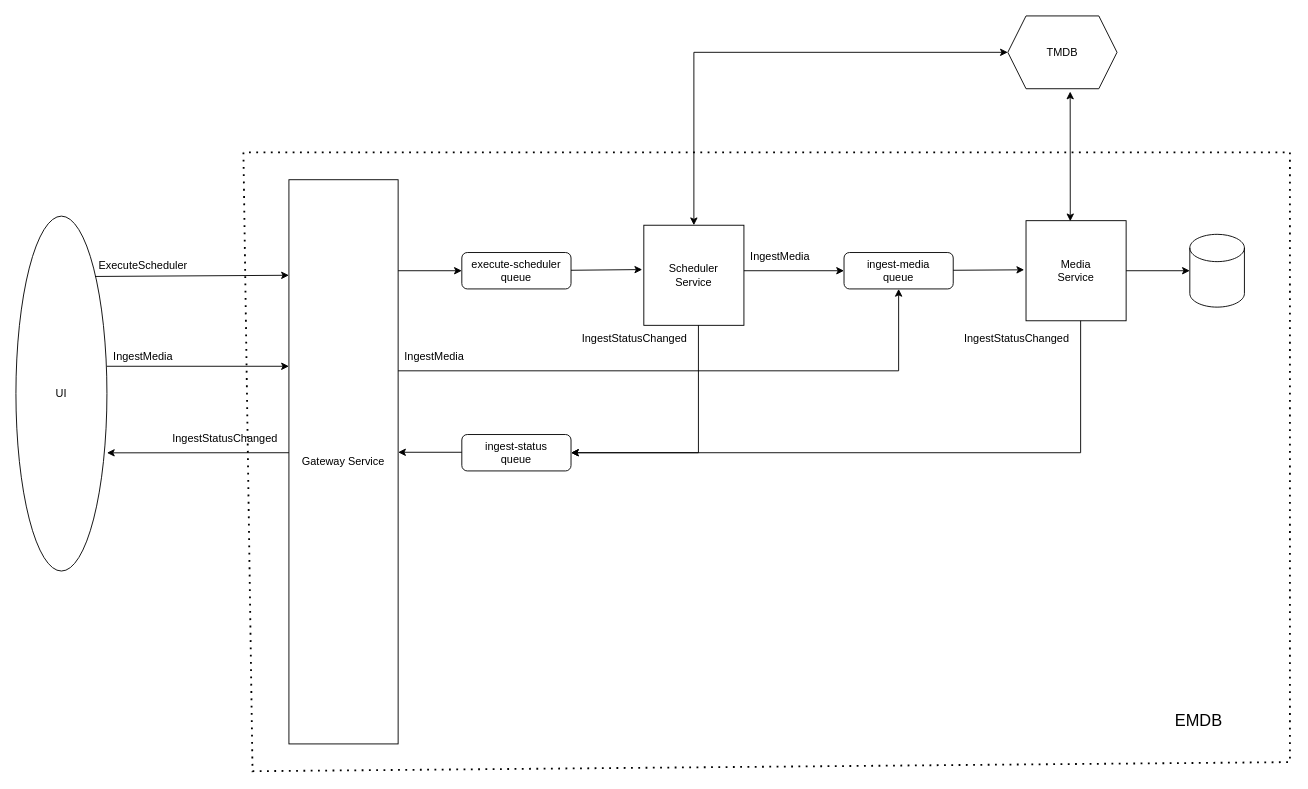
Above: emdb/doc/emdb2.drawio in douglase72/projects (draw.io), before the change. Source tidied: cells renumbered, new cells numbered last; positions are measured from the earlier drawing's top-left corner, leaving out a move shared by most shapes. Both pictures are drawn from the tidied source at 91%, with x=0, y=0 at pixel (15, 15).
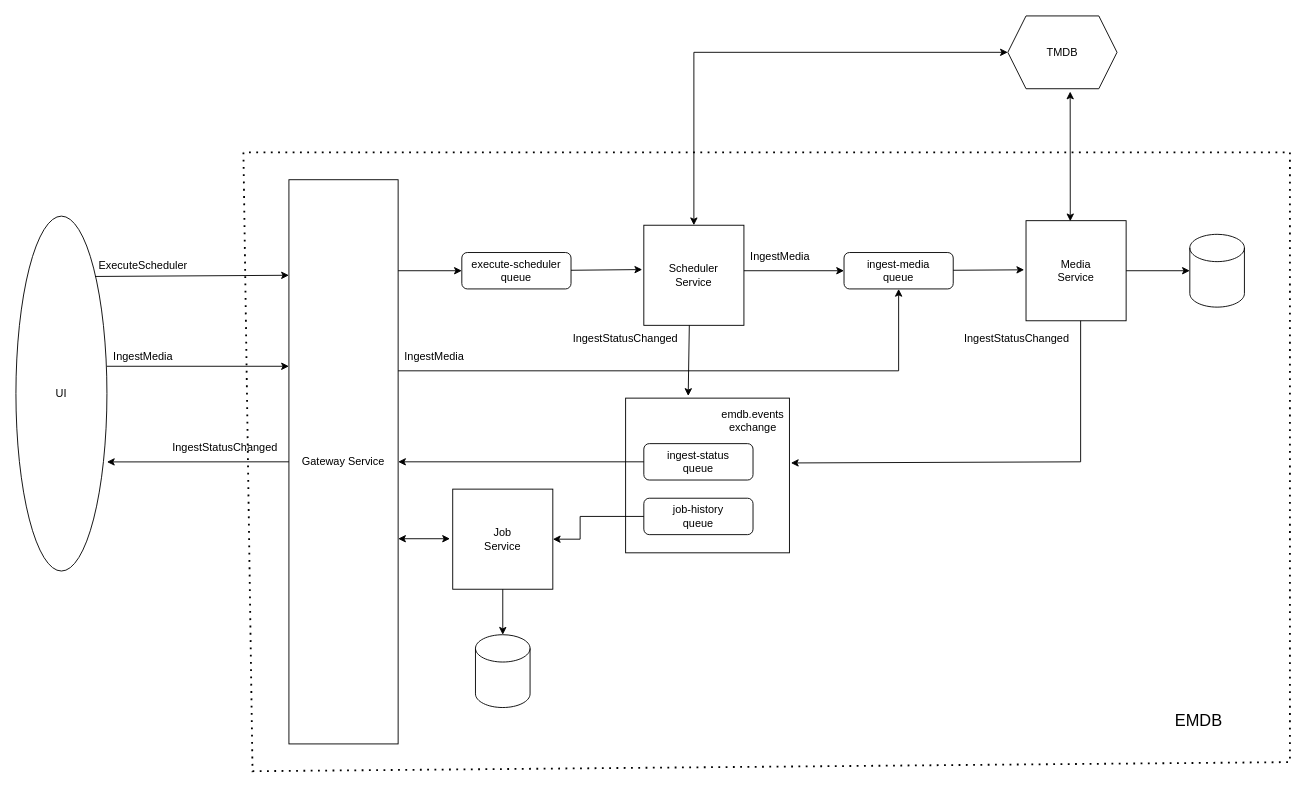
The same diagram, later.

Unchanged cells that the change refers to:
```xml
<mxCell id="11" value="Gateway Service" style="rounded=0;whiteSpace=wrap;html=1;" parent="1" vertex="1">
  <mxGeometry x="300" y="180" width="120" height="620" as="geometry" />
</mxCell>
<mxCell id="12" value="UI" style="ellipse;whiteSpace=wrap;html=1;" parent="1" vertex="1">
  <mxGeometry y="220" width="100" height="390" as="geometry" />
</mxCell>
```

Change to the diagram source:
```diff
@@
-    <mxCell id="26" value="ingest-status&lt;br&gt;&lt;div&gt;queue&lt;/div&gt;" style="rounded=1;whiteSpace=wrap;html=1;" parent="1" vertex="1">
-      <mxGeometry x="490" y="460" width="120" height="40" as="geometry" />
-    </mxCell>
-    <mxCell id="27" style="endArrow=classic;html=1;rounded=0;entryX=0;entryY=0.5;entryDx=0;entryDy=0;" parent="1" edge="1">
-      <mxGeometry relative="1" as="geometry">
-        <mxPoint x="490" y="479.5" as="sourcePoint" />
-        <mxPoint x="420" y="479.5" as="targetPoint" />
-      </mxGeometry>
-    </mxCell>
-    <mxCell id="28" style="endArrow=classic;html=1;rounded=0;entryX=1;entryY=0.5;entryDx=0;entryDy=0;" parent="1" edge="1" target="26">
-      <mxGeometry relative="1" as="geometry">
-        <mxPoint x="750" y="340" as="sourcePoint" />
-        <Array as="points">
-          <mxPoint x="750" y="480" />
-        </Array>
-      </mxGeometry>
-    </mxCell>
-    <mxCell id="29" style="endArrow=classic;html=1;rounded=0;entryX=1;entryY=0.5;entryDx=0;entryDy=0;" parent="1" edge="1" target="26">
+    <mxCell id="29" style="endArrow=classic;html=1;rounded=0;entryX=1.009;entryY=0.419;entryDx=0;entryDy=0;entryPerimeter=0;" parent="1" edge="1" target="34">
       <mxGeometry relative="1" as="geometry">
         <mxPoint x="1170" y="335" as="sourcePoint" />
         <Array as="points">
-          <mxPoint x="1170" y="480" />
+          <mxPoint x="1170" y="490" />
         </Array>
       </mxGeometry>
     </mxCell>
-    <mxCell id="30" style="endArrow=classic;html=1;rounded=0;entryX=1;entryY=0.667;entryDx=0;entryDy=0;entryPerimeter=0;" parent="1" edge="1" target="12">
+    <mxCell id="30" style="endArrow=classic;html=1;rounded=0;entryX=1;entryY=0.667;entryDx=0;entryDy=0;entryPerimeter=0;" parent="1" edge="1">
       <mxGeometry relative="1" as="geometry">
-        <mxPoint x="300" y="480" as="sourcePoint" />
+        <mxPoint x="300" y="490" as="sourcePoint" />
+        <mxPoint x="100" y="490.1" as="targetPoint" />
       </mxGeometry>
     </mxCell>
@@
     <mxCell id="32" value="IngestStatusChanged" style="text;html=1;whiteSpace=wrap;strokeColor=none;fillColor=none;align=center;verticalAlign=middle;rounded=0;" parent="1" vertex="1">
-      <mxGeometry x="650" y="340" width="60" height="30" as="geometry" />
+      <mxGeometry x="640" y="340" width="60" height="30" as="geometry" />
     </mxCell>
     <mxCell id="33" value="IngestStatusChanged" style="text;html=1;whiteSpace=wrap;strokeColor=none;fillColor=none;align=center;verticalAlign=middle;rounded=0;" parent="1" vertex="1">
-      <mxGeometry x="200" y="450" width="60" height="30" as="geometry" />
+      <mxGeometry x="200" y="460" width="60" height="30" as="geometry" />
     </mxCell>
+    <mxCell id="34" style="rounded=0;whiteSpace=wrap;html=1;" parent="1" vertex="1">
+      <mxGeometry x="670" y="420" width="180" height="170" as="geometry" />
+    </mxCell>
+    <mxCell id="26" value="ingest-status&lt;br&gt;&lt;div&gt;queue&lt;/div&gt;" style="rounded=1;whiteSpace=wrap;html=1;" parent="1" vertex="1">
+      <mxGeometry x="690" y="470" width="120" height="40" as="geometry" />
+    </mxCell>
+    <mxCell id="35" style="edgeStyle=orthogonalEdgeStyle;rounded=0;orthogonalLoop=1;jettySize=auto;html=1;exitX=0.5;exitY=1;exitDx=0;exitDy=0;" parent="1" edge="1" source="34" target="34">
+      <mxGeometry relative="1" as="geometry" />
+    </mxCell>
+    <mxCell id="36" value="emdb.events&lt;div&gt;exchange&lt;/div&gt;" style="text;html=1;whiteSpace=wrap;strokeColor=none;fillColor=none;align=center;verticalAlign=middle;rounded=0;" parent="1" vertex="1">
+      <mxGeometry x="770" y="430" width="80" height="30" as="geometry" />
+    </mxCell>
+    <mxCell id="27" style="endArrow=classic;html=1;rounded=0;entryX=1;entryY=0.5;entryDx=0;entryDy=0;exitX=0;exitY=0.5;exitDx=0;exitDy=0;" parent="1" edge="1" source="26" target="11">
+      <mxGeometry relative="1" as="geometry" />
+    </mxCell>
+    <mxCell id="37" value="job-history&lt;br&gt;&lt;div&gt;queue&lt;/div&gt;" style="rounded=1;whiteSpace=wrap;html=1;" parent="1" vertex="1">
+      <mxGeometry x="690" y="530" width="120" height="40" as="geometry" />
+    </mxCell>
+    <mxCell id="38" style="endArrow=classic;html=1;rounded=0;exitX=0.563;exitY=-0.014;exitDx=0;exitDy=0;exitPerimeter=0;entryX=0.382;entryY=-0.014;entryDx=0;entryDy=0;entryPerimeter=0;" parent="1" edge="1" target="34">
+      <mxGeometry relative="1" as="geometry">
+        <mxPoint x="740" y="340" as="sourcePoint" />
+      </mxGeometry>
+    </mxCell>
+    <mxCell id="39" value="Job&lt;br&gt;Service" style="whiteSpace=wrap;html=1;" parent="1" vertex="1">
+      <mxGeometry x="480" y="520" width="110" height="110" as="geometry" />
+    </mxCell>
+    <mxCell id="40" style="endArrow=classic;html=1;rounded=0;exitX=1;exitY=0.5;exitDx=0;exitDy=0;entryX=1;entryY=0.5;entryDx=0;entryDy=0;" parent="1" edge="1" target="39">
+      <mxGeometry relative="1" as="geometry">
+        <mxPoint x="690" y="550" as="sourcePoint" />
+        <Array as="points">
+          <mxPoint x="620" y="550" />
+          <mxPoint x="620" y="575" />
+        </Array>
+      </mxGeometry>
+    </mxCell>
+    <mxCell id="41" style="shape=cylinder3;whiteSpace=wrap;html=1;boundedLbl=1;backgroundOutline=1;size=15;" parent="1" vertex="1">
+      <mxGeometry x="505" y="680" width="60" height="80" as="geometry" />
+    </mxCell>
+    <mxCell id="42" style="endArrow=classic;html=1;rounded=0;entryX=0.5;entryY=0;entryDx=0;entryDy=0;exitX=0.5;exitY=1;exitDx=0;exitDy=0;entryPerimeter=0;" parent="1" edge="1" source="39" target="41">
+      <mxGeometry relative="1" as="geometry" />
+    </mxCell>
+    <mxCell id="43" style="endArrow=classic;startArrow=classic;html=1;rounded=0;" parent="1" edge="1">
+      <mxGeometry relative="1" as="geometry">
+        <mxPoint x="420" y="574.5" as="sourcePoint" />
+        <mxPoint x="477" y="574.5" as="targetPoint" />
+      </mxGeometry>
+    </mxCell>
```
